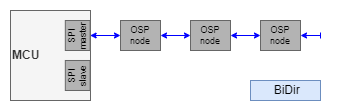
Earlier version of the draw.io export extras/dirbidir.drawio.png (ams-OSRAM/OSP_aospi). Source tidied: cells renumbered, new cells last; positions are measured from the earlier drawing's top-left corner, leaving out a move shared by most shapes. Its diagram source:
```xml
<mxGraphModel>
  <root>
    <mxCell id="0" />
    <mxCell id="1" parent="0" />
    <mxCell id="2" value="MCU" style="rounded=0;whiteSpace=wrap;html=1;fillColor=#f5f5f5;fontColor=#333333;strokeColor=#666666;align=left;fontStyle=1;" parent="1" vertex="1">
      <mxGeometry width="80" height="90" as="geometry" />
    </mxCell>
    <mxCell id="3" value="SPI master" style="rounded=0;whiteSpace=wrap;html=1;rotation=-90;fillColor=#B3B3B3;strokeColor=#666666;fontSize=9;" parent="1" vertex="1">
      <mxGeometry x="52.2" y="12.6" width="30" height="24.8" as="geometry" />
    </mxCell>
    <mxCell id="4" value="OSP node" style="rounded=0;whiteSpace=wrap;html=1;fillColor=#B3B3B3;fontColor=default;strokeColor=#666666;align=center;verticalAlign=middle;fontFamily=Helvetica;fontSize=9;" parent="1" vertex="1">
      <mxGeometry x="110" y="10" width="40" height="30" as="geometry" />
    </mxCell>
    <mxCell id="5" value="SPI slave" style="rounded=0;whiteSpace=wrap;html=1;rotation=-90;fillColor=#B3B3B3;strokeColor=#666666;fontSize=9;" parent="1" vertex="1">
      <mxGeometry x="52.2" y="52.6" width="30" height="24.8" as="geometry" />
    </mxCell>
    <mxCell id="6" value="OSP node" style="rounded=0;whiteSpace=wrap;html=1;fillColor=#B3B3B3;fontColor=default;strokeColor=#666666;align=center;verticalAlign=middle;fontFamily=Helvetica;fontSize=9;" parent="1" vertex="1">
      <mxGeometry x="180" y="10" width="40" height="30" as="geometry" />
    </mxCell>
    <mxCell id="7" value="OSP node" style="rounded=0;whiteSpace=wrap;html=1;fillColor=#B3B3B3;fontColor=default;strokeColor=#666666;align=center;verticalAlign=middle;fontFamily=Helvetica;fontSize=9;" parent="1" vertex="1">
      <mxGeometry x="250" y="10" width="40" height="30" as="geometry" />
    </mxCell>
    <mxCell id="8" style="endArrow=classic;html=1;rounded=0;exitX=0.5;exitY=1;exitDx=0;exitDy=0;entryX=0;entryY=0.5;entryDx=0;entryDy=0;endSize=4;startSize=4;startArrow=classic;startFill=1;strokeColor=#0000FF;" parent="1" edge="1" source="3" target="4">
      <mxGeometry relative="1" as="geometry" />
    </mxCell>
    <mxCell id="9" style="endArrow=classic;html=1;rounded=0;exitX=1;exitY=0.5;exitDx=0;exitDy=0;entryX=0;entryY=0.5;entryDx=0;entryDy=0;endSize=4;startSize=4;startArrow=classic;startFill=1;strokeColor=#0000FF;" parent="1" edge="1" source="4" target="6">
      <mxGeometry relative="1" as="geometry" />
    </mxCell>
    <mxCell id="10" style="endArrow=classic;html=1;rounded=0;exitX=1;exitY=0.5;exitDx=0;exitDy=0;entryX=0;entryY=0.5;entryDx=0;entryDy=0;endSize=4;startSize=4;startArrow=classic;startFill=1;strokeColor=#0000FF;" parent="1" edge="1" source="6" target="7">
      <mxGeometry relative="1" as="geometry" />
    </mxCell>
    <mxCell id="11" style="endArrow=baseDash;html=1;rounded=0;exitX=1;exitY=0.5;exitDx=0;exitDy=0;endSize=4;startSize=4;startArrow=classic;startFill=1;endFill=0;strokeColor=#0000FF;" parent="1" edge="1" source="7">
      <mxGeometry relative="1" as="geometry">
        <mxPoint x="310" y="25" as="targetPoint" />
      </mxGeometry>
    </mxCell>
    <mxCell id="12" value="&amp;nbsp;BiDir" style="rounded=0;whiteSpace=wrap;html=1;fillColor=#dae8fc;strokeColor=#6c8ebf;" parent="1" vertex="1">
      <mxGeometry x="240" y="70" width="70" height="20" as="geometry" />
    </mxCell>
  </root>
</mxGraphModel>
```
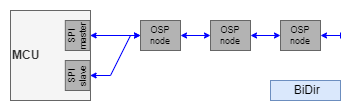
After the commit.

Change to the diagram source:
```diff
@@ -3,16 +3,16 @@
     <mxCell id="0" />
     <mxCell id="1" parent="0" />
     <mxCell id="2" value="MCU" style="rounded=0;whiteSpace=wrap;html=1;fillColor=#f5f5f5;fontColor=#333333;strokeColor=#666666;align=left;fontStyle=1;" parent="1" vertex="1">
-      <mxGeometry width="80" height="90" as="geometry" />
+      <mxGeometry x="-20" width="80" height="90" as="geometry" />
     </mxCell>
     <mxCell id="3" value="SPI master" style="rounded=0;whiteSpace=wrap;html=1;rotation=-90;fillColor=#B3B3B3;strokeColor=#666666;fontSize=9;" parent="1" vertex="1">
-      <mxGeometry x="52.2" y="12.6" width="30" height="24.8" as="geometry" />
+      <mxGeometry x="32.2" y="12.6" width="30" height="24.8" as="geometry" />
     </mxCell>
     <mxCell id="4" value="OSP node" style="rounded=0;whiteSpace=wrap;html=1;fillColor=#B3B3B3;fontColor=default;strokeColor=#666666;align=center;verticalAlign=middle;fontFamily=Helvetica;fontSize=9;" parent="1" vertex="1">
       <mxGeometry x="110" y="10" width="40" height="30" as="geometry" />
     </mxCell>
     <mxCell id="5" value="SPI slave" style="rounded=0;whiteSpace=wrap;html=1;rotation=-90;fillColor=#B3B3B3;strokeColor=#666666;fontSize=9;" parent="1" vertex="1">
-      <mxGeometry x="52.2" y="52.6" width="30" height="24.8" as="geometry" />
+      <mxGeometry x="32.2" y="52.6" width="30" height="24.8" as="geometry" />
     </mxCell>
     <mxCell id="6" value="OSP node" style="rounded=0;whiteSpace=wrap;html=1;fillColor=#B3B3B3;fontColor=default;strokeColor=#666666;align=center;verticalAlign=middle;fontFamily=Helvetica;fontSize=9;" parent="1" vertex="1">
       <mxGeometry x="180" y="10" width="40" height="30" as="geometry" />
@@ -37,5 +37,13 @@
     <mxCell id="12" value="&amp;nbsp;BiDir" style="rounded=0;whiteSpace=wrap;html=1;fillColor=#dae8fc;strokeColor=#6c8ebf;" parent="1" vertex="1">
       <mxGeometry x="240" y="70" width="70" height="20" as="geometry" />
     </mxCell>
+    <mxCell id="13" style="endArrow=classic;html=1;rounded=0;exitX=0.5;exitY=1;exitDx=0;exitDy=0;entryX=0;entryY=0.5;entryDx=0;entryDy=0;endSize=4;startSize=4;startArrow=classic;startFill=1;strokeColor=#0000FF;" parent="1" edge="1" source="5" target="4">
+      <mxGeometry relative="1" as="geometry">
+        <Array as="points">
+          <mxPoint x="80" y="65" />
+          <mxPoint x="100" y="25" />
+        </Array>
+      </mxGeometry>
+    </mxCell>
   </root>
 </mxGraphModel>
```
